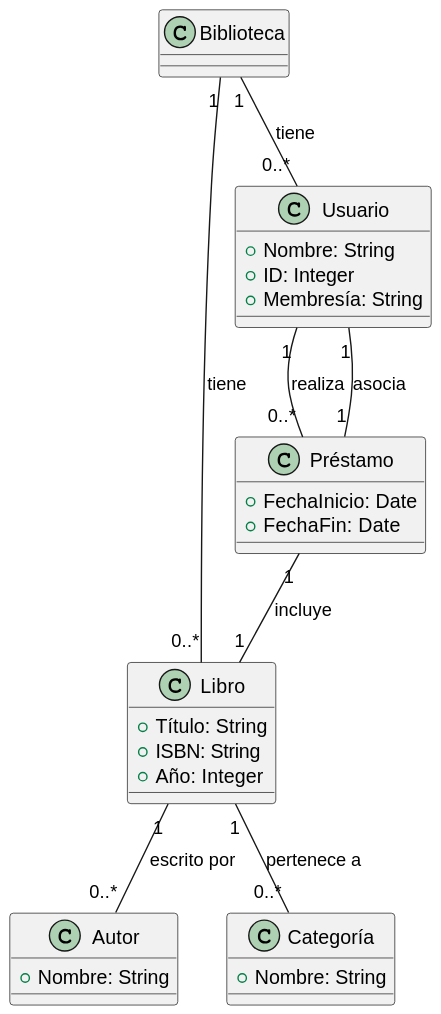
Before: entregas/AndersonLiam/reto-005/diagrama.svg, a diagram exported from PlantUML (mmasias/24-25-EDA1).
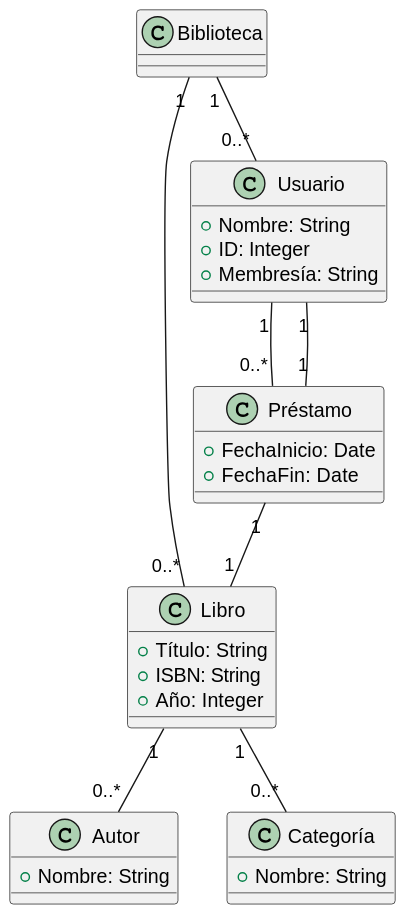
The same diagram one commit later.

Commit message:
arreglos diagrama

What changed in the source:
```diff
@@ -27,11 +27,11 @@
   +Nombre: String
 }
 
-Biblioteca "1" -- "0..*" Libro : tiene
-Biblioteca "1" -- "0..*" Usuario : tiene
-Libro "1" -- "0..*" Autor : escrito por
-Libro "1" -- "0..*" Categoría : pertenece a
-Usuario "1" -- "0..*" Préstamo : realiza
-Préstamo "1" -- "1" Libro : incluye
-Préstamo "1" -- "1" Usuario : asocia
+Biblioteca "1" -- "0..*" Libro
+Biblioteca "1" -- "0..*" Usuario
+Libro "1" -- "0..*" Autor
+Libro "1" -- "0..*" Categoría
+Usuario "1" -- "0..*" Préstamo
+Préstamo "1" -- "1" Libro
+Préstamo "1" -- "1" Usuario
 @enduml
```
